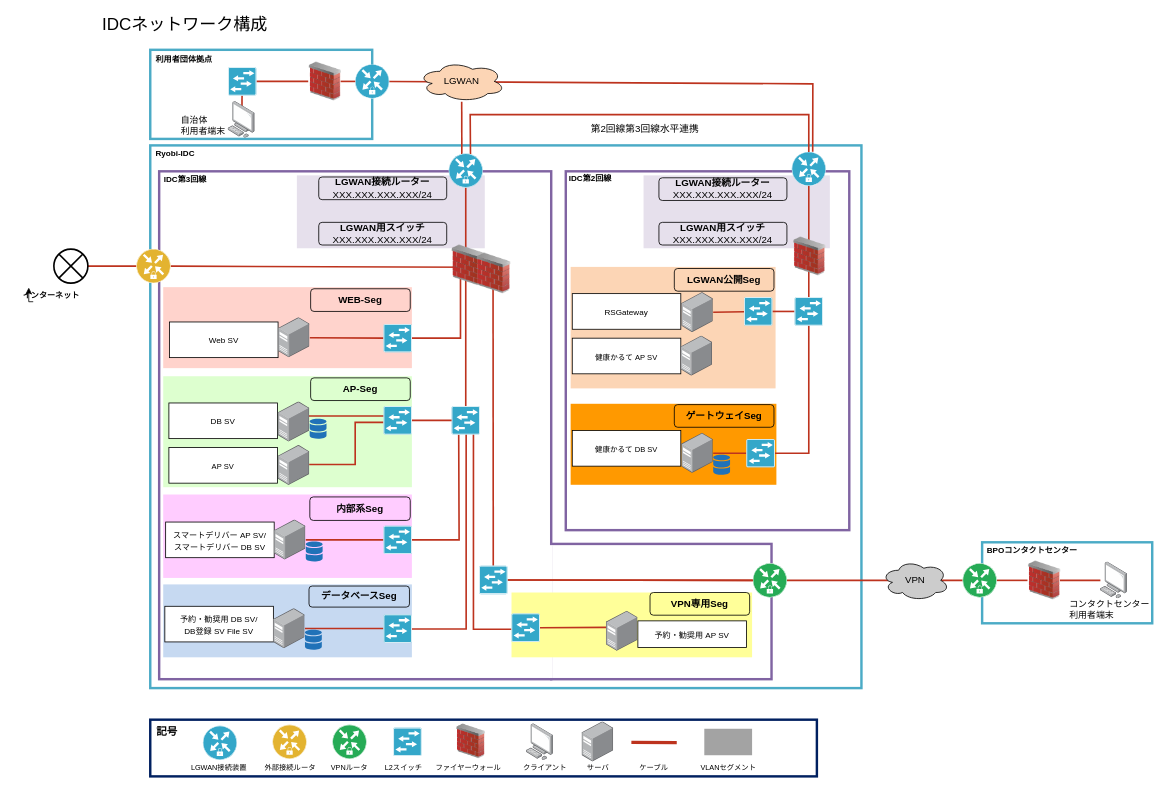
Earlier version of the draw.io diagram lgwan-asp.drawio (cloud-kenko-ryobi/drawio). Source tidied: cells renumbered, new cells numbered last; positions are measured from the earlier drawing's top-left corner, leaving out a move shared by most shapes. Both pictures are drawn from the tidied source at 81%, with x=0, y=0 at pixel (15, 17).
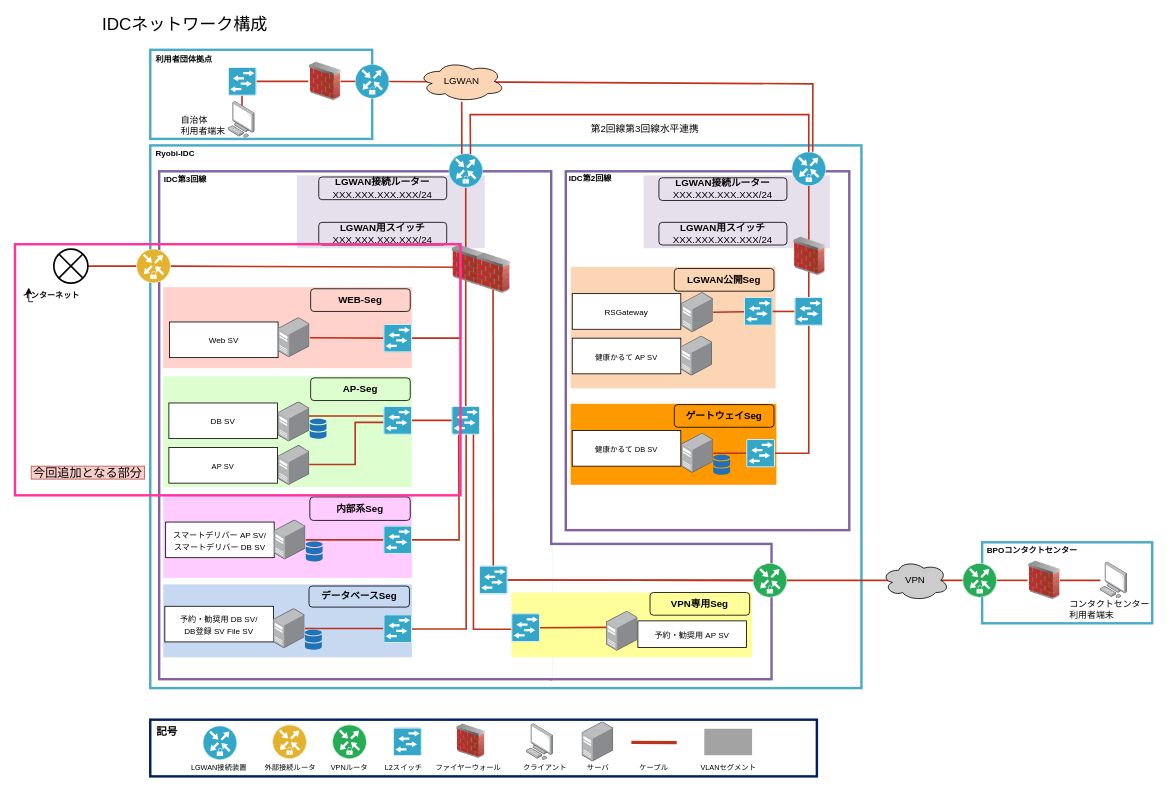
The same page after the edit.

Diff of the diagram source:
```diff
@@
+    <mxCell id="145" style="rounded=0;whiteSpace=wrap;html=1;gradientColor=#d5739d;fillColor=none;strokeColor=#FF3399;strokeWidth=3;" parent="23" vertex="1">
+      <mxGeometry y="280" width="550" height="310" as="geometry" />
+    </mxCell>
+    <mxCell id="146" value="今回追加となる部分" style="text;html=1;strokeColor=#b85450;fillColor=#f8cecc;align=center;verticalAlign=middle;whiteSpace=wrap;rounded=0;fontSize=15;" parent="23" vertex="1">
+      <mxGeometry x="20" y="554" width="140" height="16" as="geometry" />
+    </mxCell>
```
